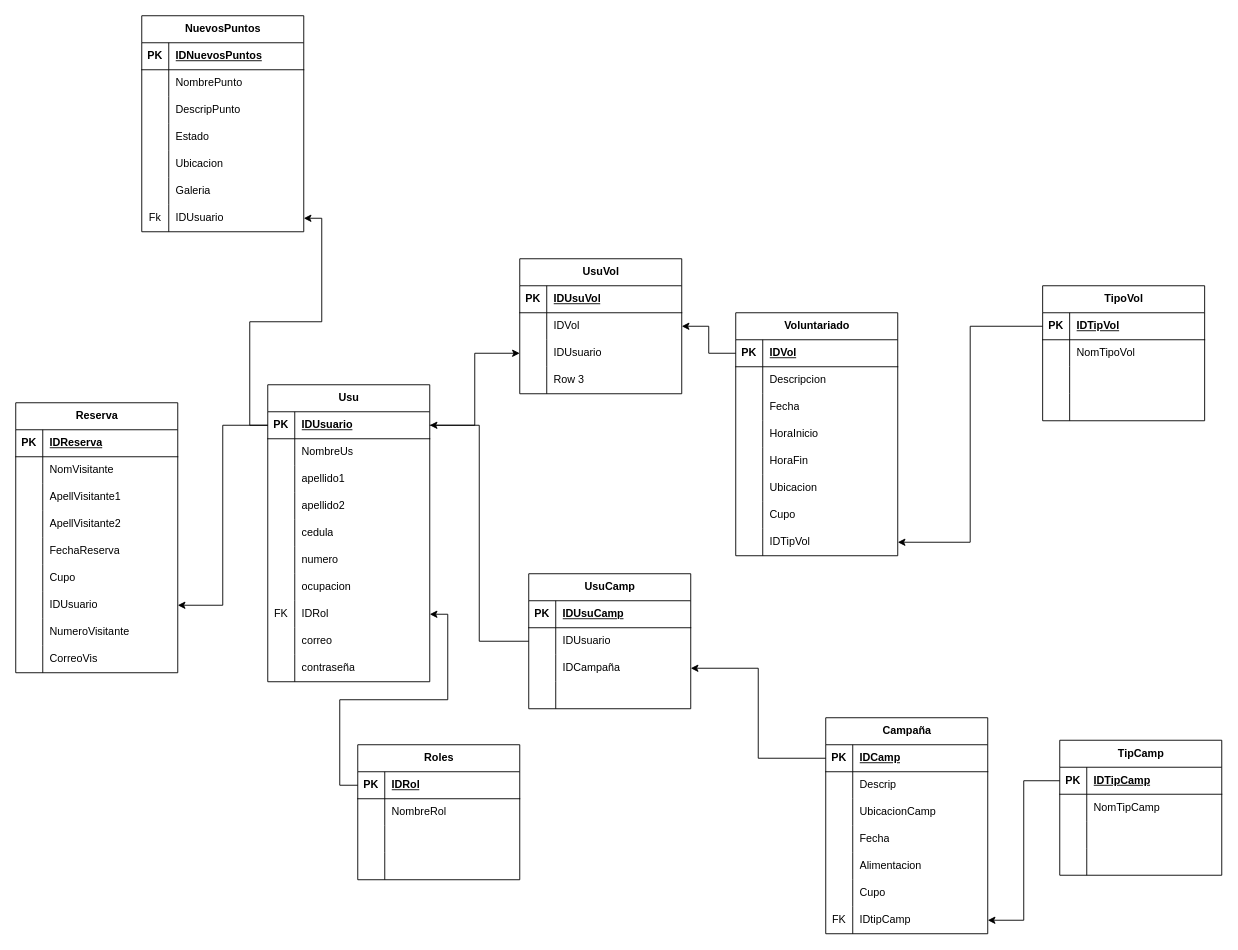
This is BaseSendero.drawio from NotJarethGG/CosasVarias, a draw.io file, before an edit. Source tidied: cells renumbered, new cells numbered last; positions are measured from the earlier drawing's top-left corner, leaving out a move shared by most shapes. Both pictures are drawn from the tidied source at 90%, with x=0, y=0 at pixel (15, 15).
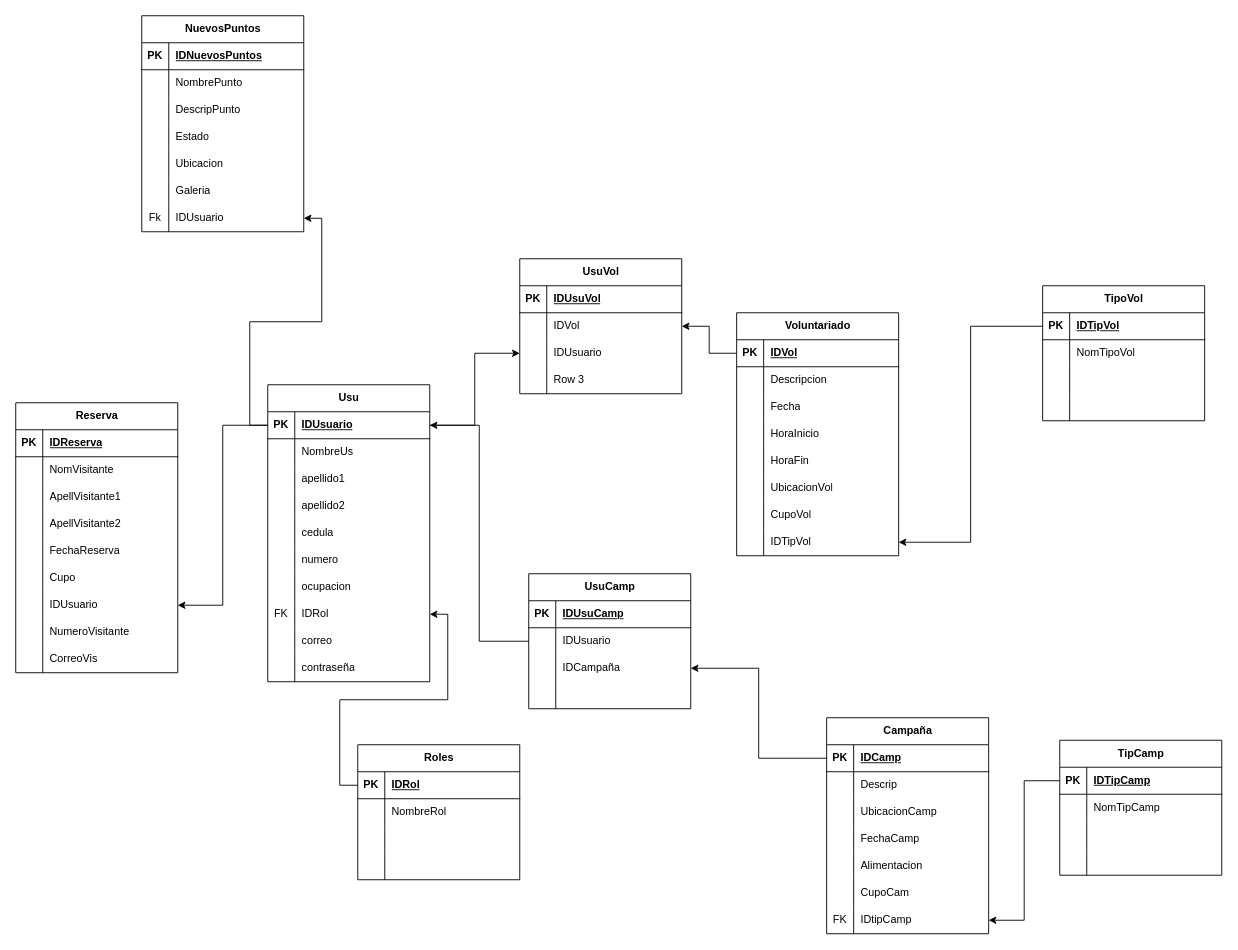
The same page after the edit.

Unchanged cells that the change refers to:
```xml
<mxCell id="78" style="shape=tableRow;horizontal=0;startSize=0;swimlaneHead=0;swimlaneBody=0;fillColor=none;top=0;left=0;right=0;bottom=0;" parent="62" vertex="1">
  <mxGeometry y="180" width="180" height="30" as="geometry" />
</mxCell>
<mxCell id="81" style="shape=tableRow;horizontal=0;startSize=0;swimlaneHead=0;swimlaneBody=0;fillColor=none;top=0;left=0;right=0;bottom=0;" parent="62" vertex="1">
  <mxGeometry y="210" width="180" height="30" as="geometry" />
</mxCell>
<mxCell id="154" style="shape=tableRow;horizontal=0;startSize=0;swimlaneHead=0;swimlaneBody=0;fillColor=none;top=0;left=0;right=0;bottom=0;" parent="144" vertex="1">
  <mxGeometry y="120" width="180" height="30" as="geometry" />
</mxCell>
<mxCell id="160" style="shape=tableRow;horizontal=0;startSize=0;swimlaneHead=0;swimlaneBody=0;fillColor=none;top=0;left=0;right=0;bottom=0;" parent="144" vertex="1">
  <mxGeometry y="180" width="180" height="30" as="geometry" />
</mxCell>
```

Change to the diagram source:
```diff
@@
     <mxCell id="62" value="Voluntariado" style="shape=table;startSize=30;childLayout=tableLayout;rowLines=0;fontStyle=1;align=center;html=1;" parent="1" vertex="1">
-      <mxGeometry x="800" y="330" width="180" height="270" as="geometry" />
+      <mxGeometry x="801" y="330" width="180" height="270" as="geometry" />
     </mxCell>
@@
-    <mxCell id="80" value="Ubicacion" style="shape=partialRectangle;fillColor=none;top=0;left=0;bottom=0;right=0;align=left;spacingLeft=6;overflow=hidden;whiteSpace=wrap;html=1;" parent="78" vertex="1">
+    <mxCell id="80" value="UbicacionVol" style="shape=partialRectangle;fillColor=none;top=0;left=0;bottom=0;right=0;align=left;spacingLeft=6;overflow=hidden;whiteSpace=wrap;html=1;" parent="78" vertex="1">
       <mxGeometry x="30" width="150" height="30" as="geometry" />
     </mxCell>
@@
-    <mxCell id="83" value="Cupo" style="shape=partialRectangle;fillColor=none;top=0;left=0;bottom=0;right=0;align=left;spacingLeft=6;overflow=hidden;whiteSpace=wrap;html=1;" parent="81" vertex="1">
+    <mxCell id="83" value="CupoVol" style="shape=partialRectangle;fillColor=none;top=0;left=0;bottom=0;right=0;align=left;spacingLeft=6;overflow=hidden;whiteSpace=wrap;html=1;" parent="81" vertex="1">
       <mxGeometry x="30" width="150" height="30" as="geometry" />
     </mxCell>
@@
     <mxCell id="144" value="Campaña" style="shape=table;startSize=30;childLayout=tableLayout;rowLines=0;fontStyle=1;align=center;html=1;" parent="1" vertex="1">
-      <mxGeometry x="900" y="780" width="180" height="240" as="geometry" />
+      <mxGeometry x="901" y="780" width="180" height="240" as="geometry" />
     </mxCell>
@@
-    <mxCell id="156" value="Fecha" style="shape=partialRectangle;fillColor=none;top=0;left=0;bottom=0;right=0;align=left;spacingLeft=6;overflow=hidden;whiteSpace=wrap;html=1;" parent="154" vertex="1">
+    <mxCell id="156" value="FechaCamp" style="shape=partialRectangle;fillColor=none;top=0;left=0;bottom=0;right=0;align=left;spacingLeft=6;overflow=hidden;whiteSpace=wrap;html=1;" parent="154" vertex="1">
       <mxGeometry x="30" width="150" height="30" as="geometry" />
     </mxCell>
@@
-    <mxCell id="162" value="Cupo" style="shape=partialRectangle;fillColor=none;top=0;left=0;bottom=0;right=0;align=left;spacingLeft=6;overflow=hidden;whiteSpace=wrap;html=1;" parent="160" vertex="1">
+    <mxCell id="162" value="CupoCam" style="shape=partialRectangle;fillColor=none;top=0;left=0;bottom=0;right=0;align=left;spacingLeft=6;overflow=hidden;whiteSpace=wrap;html=1;" parent="160" vertex="1">
       <mxGeometry x="30" width="150" height="30" as="geometry" />
     </mxCell>
```
